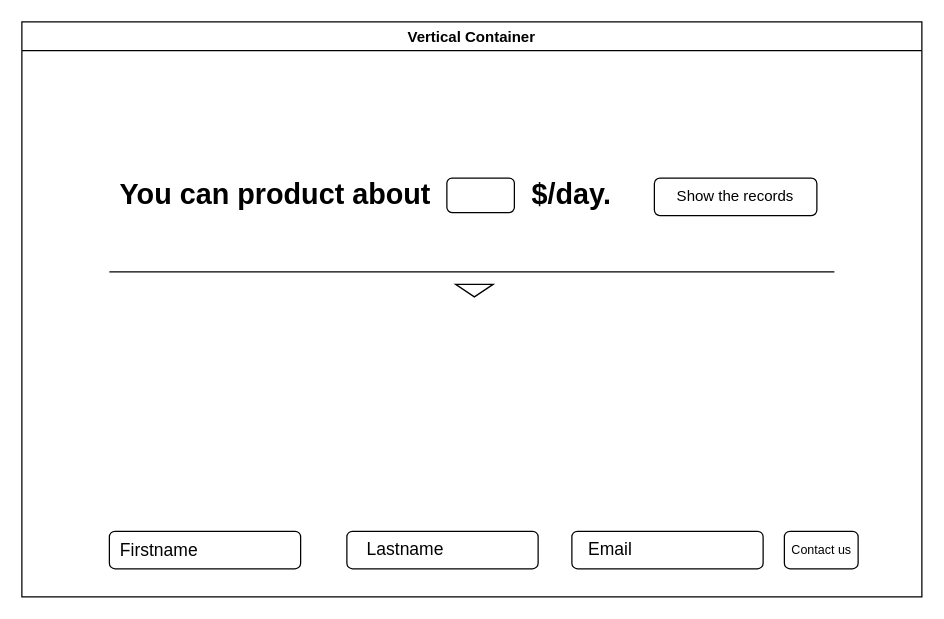
The draw.io diagram page "Page-2" (2 of 4) of roi_simulator_wireframe.drawio in getsu7/roi_simulator, before the edit. Source tidied: cells renumbered, new cells numbered last; positions are measured from the earlier drawing's top-left corner, leaving out a move shared by most shapes. Both pictures are drawn from the tidied source at 125%, with x=0, y=0 at pixel (21, 21).
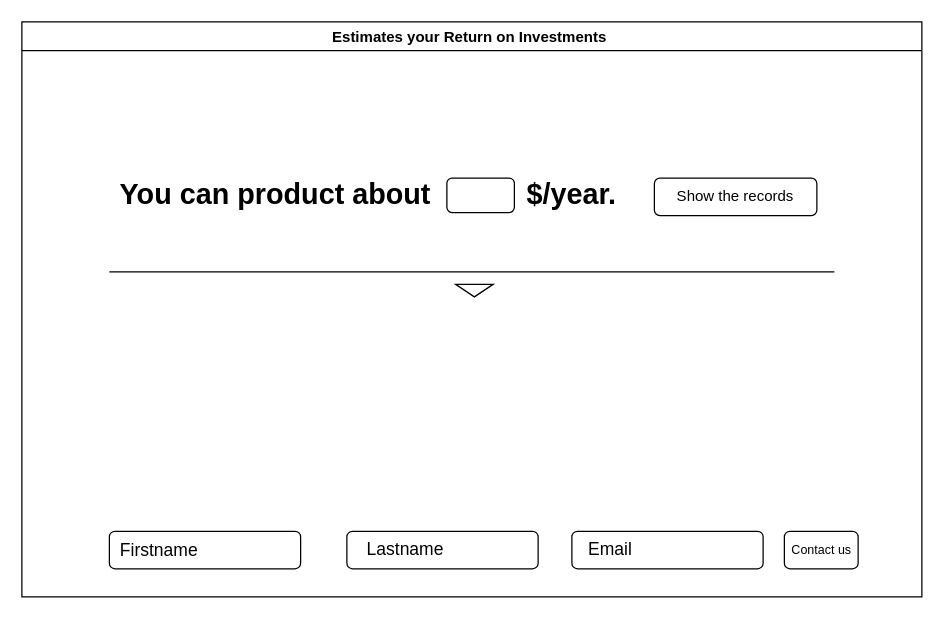
The same diagram, later.

Diff of the diagram source:
```diff
@@
 <mxGraphModel>
   <root>
     <mxCell id="0" />
     <mxCell id="1" parent="0" />
-    <mxCell id="2" value="Vertical Container" style="swimlane;swimlaneLine=1;" parent="1" vertex="1">
+    <mxCell id="2" value="Estimates your Return on Investments " style="swimlane;swimlaneLine=1;" parent="1" vertex="1">
       <mxGeometry width="720" height="460" as="geometry" />
     </mxCell>
     <mxCell id="3" style="rounded=1;whiteSpace=wrap;html=1;fillColor=default;gradientColor=none;" parent="2" vertex="1">
       <mxGeometry x="506" y="125" width="130" height="30" as="geometry" />
     </mxCell>
     <mxCell id="4" value="Show the records" style="text;html=1;strokeColor=none;fillColor=none;align=center;verticalAlign=middle;whiteSpace=wrap;rounded=0;" parent="2" vertex="1">
       <mxGeometry x="513" y="125" width="116" height="30" as="geometry" />
     </mxCell>
     <mxCell id="5" value="&lt;span style=&quot;font-size: 23px;&quot;&gt;&lt;b&gt;You can product about&lt;/b&gt;&lt;/span&gt;" style="text;html=1;strokeColor=none;fillColor=none;align=center;verticalAlign=middle;whiteSpace=wrap;rounded=0;" parent="2" vertex="1">
       <mxGeometry x="66" y="122.5" width="274" height="30" as="geometry" />
     </mxCell>
     <mxCell id="6" style="rounded=1;whiteSpace=wrap;html=1;fontSize=23;fillColor=default;gradientColor=none;" parent="2" vertex="1">
       <mxGeometry x="340" y="125" width="54" height="27.5" as="geometry" />
     </mxCell>
-    <mxCell id="7" value="&lt;b&gt;$/day.&lt;/b&gt;" style="text;html=1;strokeColor=none;fillColor=none;align=center;verticalAlign=middle;whiteSpace=wrap;rounded=0;fontSize=23;" parent="2" vertex="1">
+    <mxCell id="7" value="&lt;b&gt;$/year.&lt;/b&gt;" style="text;html=1;strokeColor=none;fillColor=none;align=center;verticalAlign=middle;whiteSpace=wrap;rounded=0;fontSize=23;" parent="2" vertex="1">
       <mxGeometry x="410" y="122.5" width="60" height="30" as="geometry" />
     </mxCell>
     <mxCell id="8" style="endArrow=none;html=1;rounded=0;fontSize=23;" parent="2" edge="1">
       <mxGeometry relative="1" as="geometry">
         <mxPoint x="70" y="200" as="sourcePoint" />
         <mxPoint x="650" y="200" as="targetPoint" />
       </mxGeometry>
     </mxCell>
     <mxCell id="9" style="triangle;whiteSpace=wrap;html=1;fontSize=23;fillColor=default;gradientColor=none;rotation=90;" parent="2" vertex="1">
       <mxGeometry x="357" y="200" width="10" height="30" as="geometry" />
     </mxCell>
     <mxCell id="10" style="rounded=1;whiteSpace=wrap;html=1;fontSize=23;fillColor=default;gradientColor=none;" parent="2" vertex="1">
       <mxGeometry x="260" y="407.5" width="153" height="30" as="geometry" />
     </mxCell>
     <mxCell id="11" style="rounded=1;whiteSpace=wrap;html=1;fontSize=23;fillColor=default;gradientColor=none;" parent="2" vertex="1">
       <mxGeometry x="440" y="407.5" width="153" height="30" as="geometry" />
     </mxCell>
     <mxCell id="12" style="rounded=1;whiteSpace=wrap;html=1;fontSize=23;fillColor=default;gradientColor=none;" parent="2" vertex="1">
       <mxGeometry x="610" y="407.5" width="59" height="30" as="geometry" />
     </mxCell>
     <mxCell id="13" value="&lt;font style=&quot;font-size: 10px;&quot;&gt;Contact us&lt;/font&gt;" style="text;html=1;strokeColor=none;fillColor=none;align=center;verticalAlign=middle;whiteSpace=wrap;rounded=0;fontSize=23;" parent="2" vertex="1">
       <mxGeometry x="610" y="411.2" width="60" height="14.5" as="geometry" />
     </mxCell>
     <mxCell id="14" value="&lt;font style=&quot;font-size: 14px;&quot;&gt;Lastname&lt;/font&gt;" style="text;html=1;strokeColor=none;fillColor=none;align=center;verticalAlign=middle;whiteSpace=wrap;rounded=0;fontSize=23;" parent="2" vertex="1">
       <mxGeometry x="257" y="403.5" width="100" height="30" as="geometry" />
     </mxCell>
     <mxCell id="15" value="&lt;span style=&quot;font-size: 14px;&quot;&gt;Email&lt;/span&gt;" style="text;html=1;strokeColor=none;fillColor=none;align=center;verticalAlign=middle;whiteSpace=wrap;rounded=0;fontSize=23;" parent="2" vertex="1">
       <mxGeometry x="421" y="403.5" width="100" height="30" as="geometry" />
     </mxCell>
     <mxCell id="16" style="rounded=1;whiteSpace=wrap;html=1;fontSize=23;fillColor=default;gradientColor=none;" parent="2" vertex="1">
       <mxGeometry x="70" y="407.5" width="153" height="30" as="geometry" />
     </mxCell>
     <mxCell id="17" value="&lt;span style=&quot;font-size: 14px;&quot;&gt;Firstname&lt;/span&gt;" style="text;html=1;strokeColor=none;fillColor=none;align=center;verticalAlign=middle;whiteSpace=wrap;rounded=0;fontSize=23;" parent="2" vertex="1">
       <mxGeometry x="60" y="404.5" width="100" height="30" as="geometry" />
     </mxCell>
   </root>
 </mxGraphModel>
```
